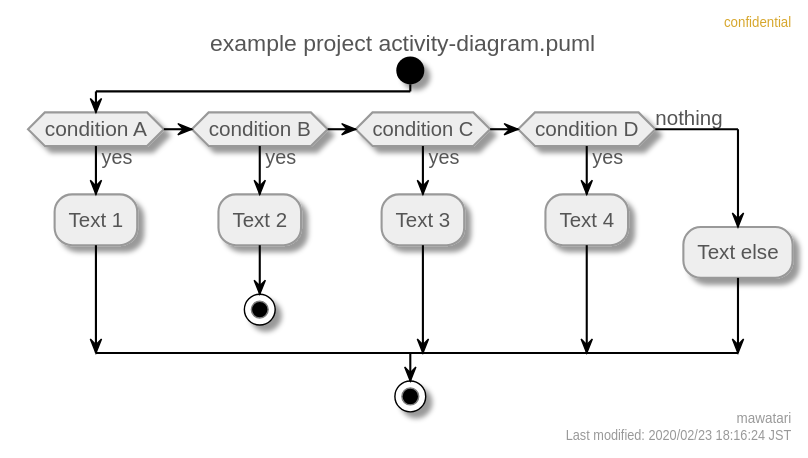
This is activity-diagram.svg from mawatari/example-project-uml, a PlantUML export, as it was before one commit.
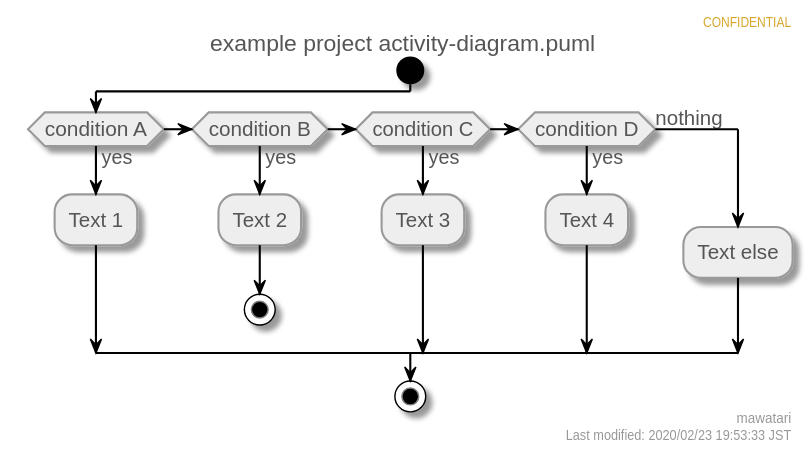
The same diagram one commit later.

Commit message:
Automatically generated PlantUML images.

The edit, as a diff of the source:
```diff
@@ -42,8 +42,8 @@
   DiamondBackgroundColor #eeeeee
   DiamondBorderColor #999999
 }
-right header confidential
-right footer mawatari\nLast modified: 2020/02/23 18:16:24 JST
+right header CONFIDENTIAL
+right footer mawatari\nLast modified: 2020/02/23 19:53:33 JST
 title example project activity-diagram.puml
 
 start
```
